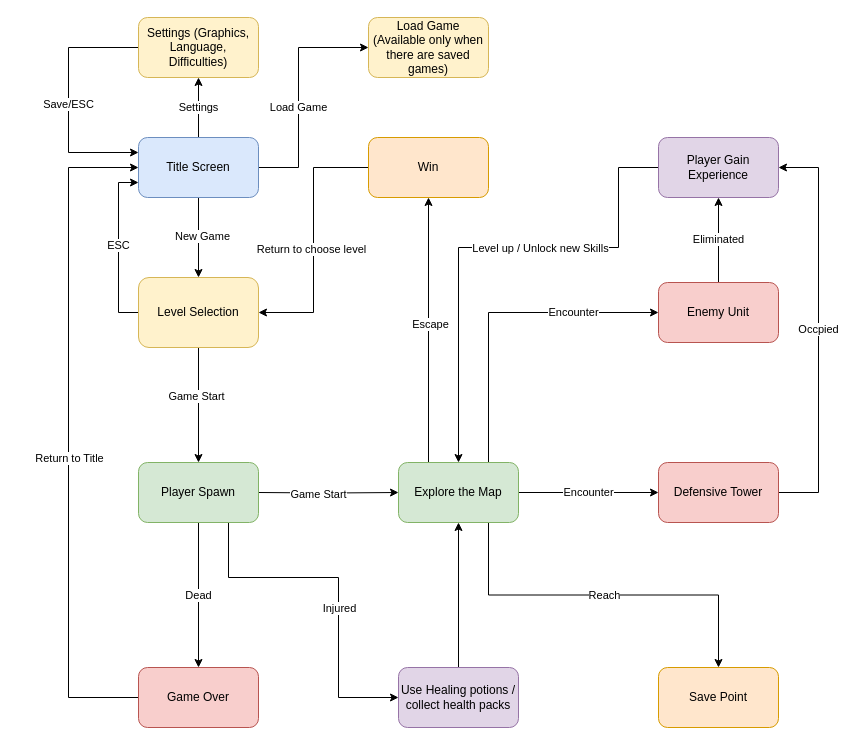
Earlier version of the draw.io diagram Untitled Diagram.drawio (songjian0127/HTML-). Source tidied: cells renumbered, new cells numbered last; positions are measured from the earlier drawing's top-left corner, leaving out a move shared by most shapes. Both pictures are drawn from the tidied source at 100%, with x=0, y=0 at pixel (68, 17).
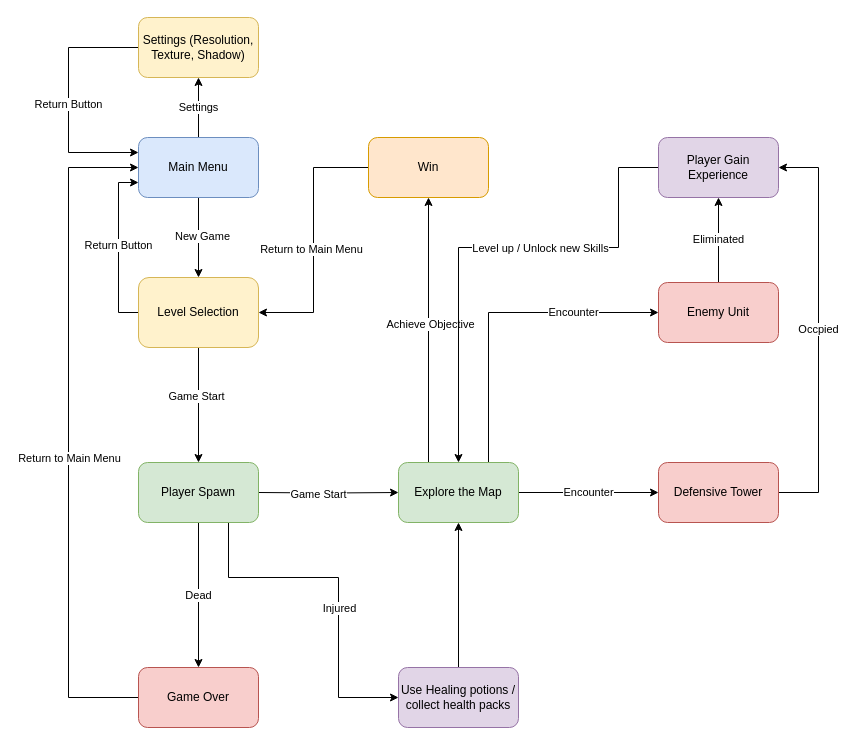
Above is the later version.

Unchanged cells that the change refers to:
```xml
<mxCell id="7" style="edgeStyle=orthogonalEdgeStyle;rounded=0;jettySize=auto;html=1;exitX=0;exitY=0.5;exitDx=0;exitDy=0;entryX=0;entryY=0.25;entryDx=0;entryDy=0;" parent="1" edge="1" source="9" target="6">
  <mxGeometry relative="1" as="geometry">
    <Array as="points">
      <mxPoint y="30" />
      <mxPoint y="135" />
    </Array>
  </mxGeometry>
</mxCell>
<mxCell id="12" style="edgeStyle=orthogonalEdgeStyle;rounded=0;jettySize=auto;html=1;entryX=0;entryY=0.75;entryDx=0;entryDy=0;" parent="1" edge="1" source="14" target="6">
  <mxGeometry relative="1" as="geometry">
    <Array as="points">
      <mxPoint x="50" y="295" />
      <mxPoint x="50" y="165" />
    </Array>
  </mxGeometry>
</mxCell>
<mxCell id="17" style="edgeStyle=orthogonalEdgeStyle;rounded=0;jettySize=auto;html=1;exitX=0.25;exitY=0;exitDx=0;exitDy=0;entryX=0.5;entryY=1;entryDx=0;entryDy=0;" parent="1" edge="1" source="22" target="33">
  <mxGeometry relative="1" as="geometry" />
</mxCell>
<mxCell id="22" value="Explore the Map" style="whiteSpace=wrap;html=1;rounded=1;fillColor=#d5e8d4;strokeColor=#82b366;" parent="1" vertex="1">
  <mxGeometry x="330" y="445" width="120" height="60" as="geometry" />
</mxCell>
<mxCell id="28" style="edgeStyle=orthogonalEdgeStyle;rounded=0;jettySize=auto;html=1;entryX=0;entryY=0.5;entryDx=0;entryDy=0;exitX=0;exitY=0.5;exitDx=0;exitDy=0;" parent="1" edge="1" source="30" target="6">
  <mxGeometry relative="1" as="geometry">
    <Array as="points">
      <mxPoint y="680" />
      <mxPoint y="150" />
    </Array>
  </mxGeometry>
</mxCell>
<mxCell id="31" style="edgeStyle=orthogonalEdgeStyle;rounded=0;jettySize=auto;html=1;exitX=0;exitY=0.5;exitDx=0;exitDy=0;entryX=1;entryY=0.5;entryDx=0;entryDy=0;" parent="1" edge="1" source="33" target="14">
  <mxGeometry relative="1" as="geometry" />
</mxCell>
```

What changed in the source:
```diff
@@
-    <mxCell id="4" value="Load Game" style="edgeStyle=orthogonalEdgeStyle;rounded=0;jettySize=auto;html=1;exitX=1;exitY=0.5;exitDx=0;exitDy=0;entryX=0;entryY=0.5;entryDx=0;entryDy=0;" parent="1" edge="1" source="6" target="43">
-      <mxGeometry x="-0.13" relative="1" as="geometry">
-        <Array as="points">
-          <mxPoint x="230" y="150" />
-          <mxPoint x="230" y="30" />
-        </Array>
-      </mxGeometry>
-    </mxCell>
@@
-    <mxCell id="6" value="Title Screen" style="rounded=1;whiteSpace=wrap;html=1;fillColor=#dae8fc;strokeColor=#6c8ebf;" parent="1" vertex="1">
+    <mxCell id="6" value="Main Menu" style="rounded=1;whiteSpace=wrap;html=1;fillColor=#dae8fc;strokeColor=#6c8ebf;" parent="1" vertex="1">
       <mxGeometry x="70" y="120" width="120" height="60" as="geometry" />
     </mxCell>
@@
-    <mxCell id="8" value="Save/ESC" style="edgeLabel;html=1;align=center;verticalAlign=middle;" parent="7" vertex="1">
+    <mxCell id="8" value="Return Button" style="edgeLabel;html=1;align=center;verticalAlign=middle;" parent="7" vertex="1">
       <mxGeometry x="0.13" y="-1" relative="1" as="geometry">
         <mxPoint y="-12" as="offset" />
       </mxGeometry>
     </mxCell>
-    <mxCell id="9" value="Settings (Graphics, Language, Difficulties)" style="rounded=1;whiteSpace=wrap;html=1;fillColor=#fff2cc;strokeColor=#d6b656;" parent="1" vertex="1">
+    <mxCell id="9" value="Settings (Resolution, Texture, Shadow)" style="rounded=1;whiteSpace=wrap;html=1;fillColor=#fff2cc;strokeColor=#d6b656;" parent="1" vertex="1">
       <mxGeometry x="70" width="120" height="60" as="geometry" />
     </mxCell>
@@
-    <mxCell id="13" value="ESC" style="edgeLabel;html=1;align=center;verticalAlign=middle;" parent="12" vertex="1">
+    <mxCell id="13" value="Return Button" style="edgeLabel;html=1;align=center;verticalAlign=middle;" parent="12" vertex="1">
       <mxGeometry x="0.04" y="1" relative="1" as="geometry" />
     </mxCell>
@@
-    <mxCell id="18" value="Escape" style="edgeLabel;html=1;align=center;verticalAlign=middle;" parent="17" vertex="1">
+    <mxCell id="18" value="Achieve Objective" style="edgeLabel;html=1;align=center;verticalAlign=middle;" parent="17" vertex="1">
       <mxGeometry x="0.05" y="-1" relative="1" as="geometry" />
     </mxCell>
@@
-    <mxCell id="21" value="Reach" style="edgeStyle=orthogonalEdgeStyle;rounded=0;jettySize=auto;html=1;exitX=0.75;exitY=1;exitDx=0;exitDy=0;entryX=0.5;entryY=0;entryDx=0;entryDy=0;" parent="1" edge="1" source="22" target="42">
-      <mxGeometry relative="1" as="geometry" />
-    </mxCell>
@@
-    <mxCell id="29" value="Return to Title" style="edgeLabel;html=1;align=center;verticalAlign=middle;" parent="28" vertex="1">
+    <mxCell id="29" value="Return to Main Menu" style="edgeLabel;html=1;align=center;verticalAlign=middle;" parent="28" vertex="1">
       <mxGeometry x="-0.63" relative="1" as="geometry">
         <mxPoint y="-186" as="offset" />
       </mxGeometry>
     </mxCell>
@@
-    <mxCell id="32" value="Return to choose level" style="edgeLabel;html=1;align=center;verticalAlign=middle;" parent="31" vertex="1">
+    <mxCell id="32" value="Return to Main Menu" style="edgeLabel;html=1;align=center;verticalAlign=middle;" parent="31" vertex="1">
       <mxGeometry x="0.07" y="-3" relative="1" as="geometry" />
     </mxCell>
@@
-    <mxCell id="42" value="Save Point" style="whiteSpace=wrap;html=1;rounded=1;fillColor=#ffe6cc;strokeColor=#d79b00;" parent="1" vertex="1">
-      <mxGeometry x="590" y="650" width="120" height="60" as="geometry" />
-    </mxCell>
-    <mxCell id="43" value="Load Game (Available only when there are saved games)" style="rounded=1;whiteSpace=wrap;html=1;fillColor=#fff2cc;strokeColor=#d6b656;" parent="1" vertex="1">
-      <mxGeometry x="300" width="120" height="60" as="geometry" />
-    </mxCell>
```
